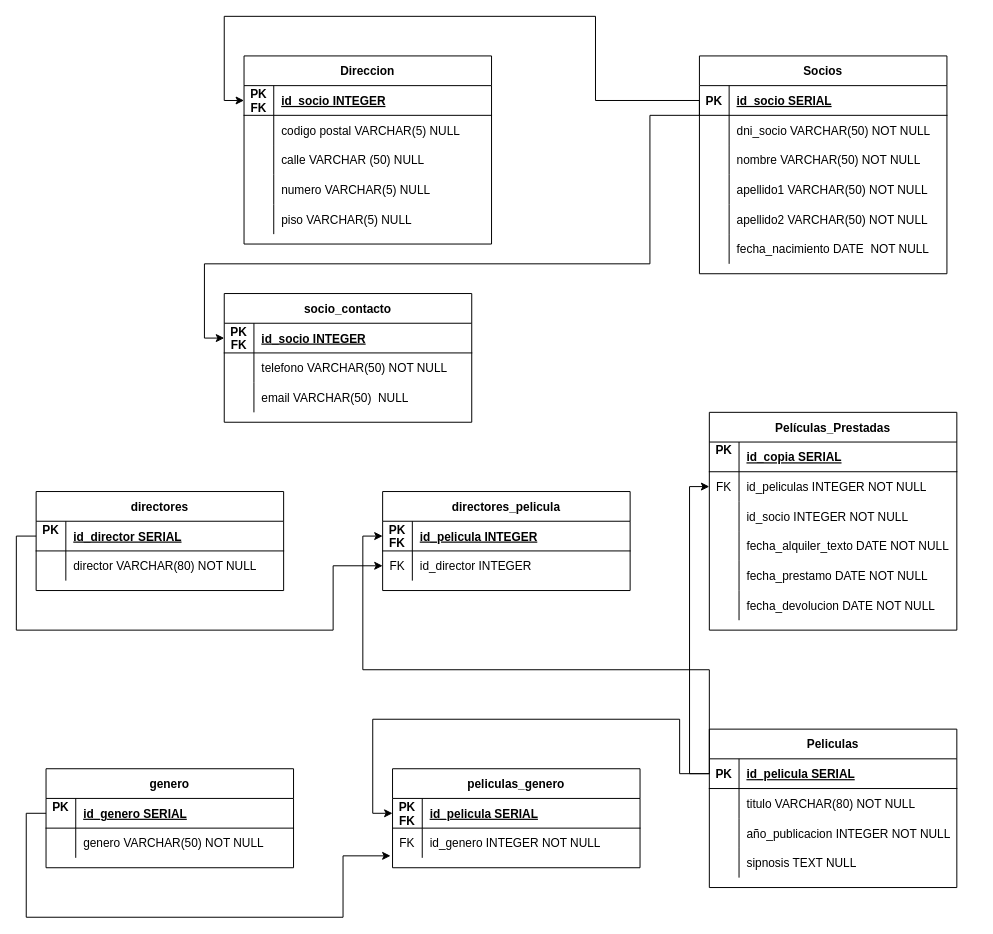
Earlier version of the draw.io diagram videoclub.drawio (Balexo/modelados_datos_sql). Source tidied: cells renumbered, new cells numbered last; positions are measured from the earlier drawing's top-left corner, leaving out a move shared by most shapes. Both pictures are drawn from the tidied source at 99%, with x=0, y=0 at pixel (16, 16).
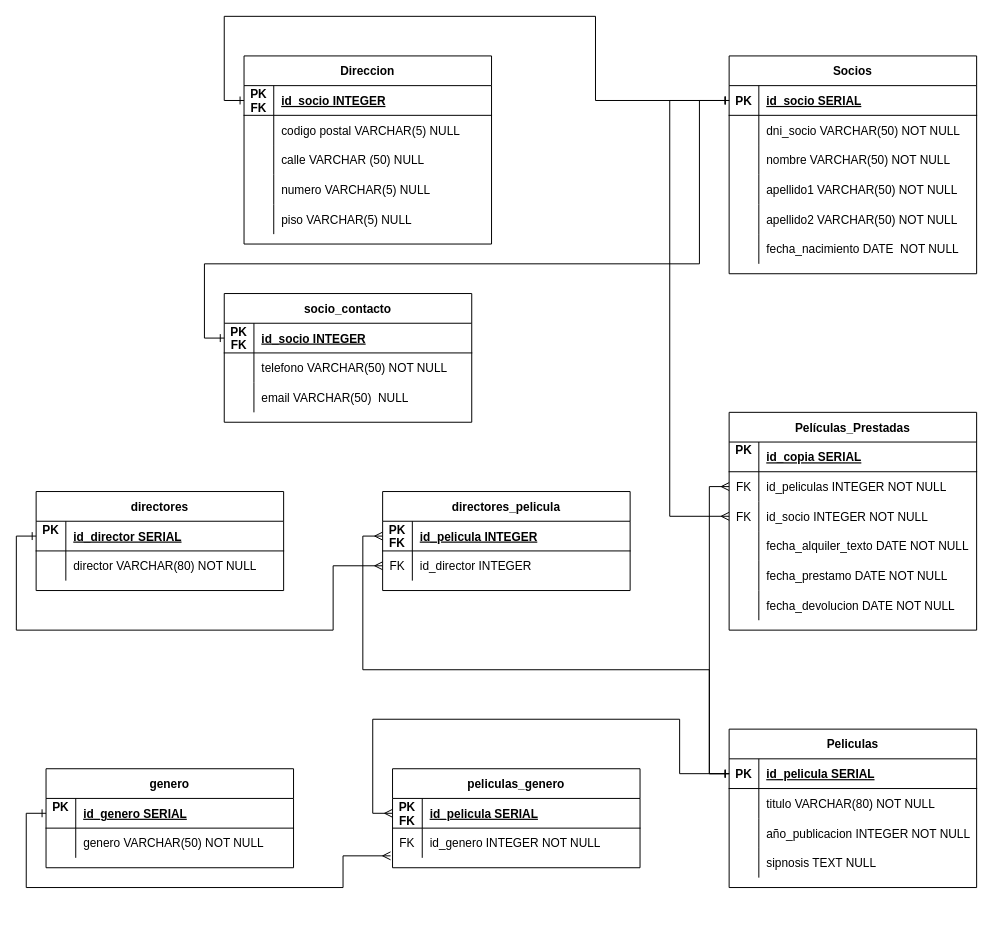
The same diagram, later.

Commit message:
Cambios en fichero videoclub.drawio indicando relación con flechas

Unchanged cells that the change refers to:
```xml
<mxCell id="3" style="shape=partialRectangle;fillColor=none;points=[[0,0.5],[1,0.5]];portConstraint=eastwest;top=0;left=0;right=0;bottom=1;" parent="2" vertex="1">
  <mxGeometry y="30" width="250" height="30" as="geometry" />
</mxCell>
<mxCell id="22" style="shape=partialRectangle;fillColor=none;points=[[0,0.5],[1,0.5]];portConstraint=eastwest;top=0;left=0;right=0;bottom=1;" parent="21" vertex="1">
  <mxGeometry y="30" width="250" height="30" as="geometry" />
</mxCell>
<mxCell id="32" style="shape=partialRectangle;fillColor=none;points=[[0,0.5],[1,0.5]];portConstraint=eastwest;top=0;left=0;right=0;bottom=1;" parent="31" vertex="1">
  <mxGeometry y="30" width="250" height="30" as="geometry" />
</mxCell>
<mxCell id="35" style="shape=partialRectangle;fillColor=none;points=[[0,0.5],[1,0.5]];portConstraint=eastwest;top=0;left=0;right=0;bottom=0;" parent="31" vertex="1">
  <mxGeometry y="60" width="250" height="30" as="geometry" />
</mxCell>
<mxCell id="39" style="shape=partialRectangle;fillColor=none;points=[[0,0.5],[1,0.5]];portConstraint=eastwest;top=0;left=0;right=0;bottom=1;" parent="38" vertex="1">
  <mxGeometry y="30" width="250" height="30" as="geometry" />
</mxCell>
<mxCell id="55" style="shape=partialRectangle;fillColor=none;points=[[0,0.5],[1,0.5]];portConstraint=eastwest;top=0;left=0;right=0;bottom=0;" parent="51" vertex="1">
  <mxGeometry y="60" width="250" height="30" as="geometry" />
</mxCell>
<mxCell id="58" style="shape=partialRectangle;fillColor=none;points=[[0,0.5],[1,0.5]];portConstraint=eastwest;top=0;left=0;right=0;bottom=0;" parent="51" vertex="1">
  <mxGeometry y="90" width="250" height="30" as="geometry" />
</mxCell>
<mxCell id="71" style="shape=partialRectangle;fillColor=none;points=[[0,0.5],[1,0.5]];portConstraint=eastwest;top=0;left=0;right=0;bottom=1;" parent="70" vertex="1">
  <mxGeometry y="30" width="250" height="30" as="geometry" />
</mxCell>
<mxCell id="87" style="shape=partialRectangle;fillColor=none;points=[[0,0.5],[1,0.5]];portConstraint=eastwest;top=0;left=0;right=0;bottom=1;" parent="86" vertex="1">
  <mxGeometry y="30" width="250" height="30" as="geometry" />
</mxCell>
<mxCell id="94" style="shape=partialRectangle;fillColor=none;points=[[0,0.5],[1,0.5]];portConstraint=eastwest;top=0;left=0;right=0;bottom=1;" parent="93" vertex="1">
  <mxGeometry y="30" width="250" height="30" as="geometry" />
</mxCell>
<mxCell id="97" style="shape=partialRectangle;fillColor=none;points=[[0,0.5],[1,0.5]];portConstraint=eastwest;top=0;left=0;right=0;bottom=0;" parent="93" vertex="1">
  <mxGeometry y="60" width="250" height="30" as="geometry" />
</mxCell>
<mxCell id="101" style="shape=partialRectangle;fillColor=none;points=[[0,0.5],[1,0.5]];portConstraint=eastwest;top=0;left=0;right=0;bottom=1;" parent="100" vertex="1">
  <mxGeometry y="30" width="250" height="30" as="geometry" />
</mxCell>
```

Change to the diagram source:
```diff
@@
     <mxCell id="2" value="Socios" style="shape=table;startSize=30;childLayout=tableLayout;rowLines=0;fontStyle=1;align=center;" parent="1" vertex="1">
-      <mxGeometry x="690" y="40" width="250" height="220" as="geometry" />
+      <mxGeometry x="720" y="40" width="250" height="220" as="geometry" />
     </mxCell>
@@
     <mxCell id="38" value="Peliculas" style="shape=table;startSize=30;childLayout=tableLayout;rowLines=0;fontStyle=1;align=center;" parent="1" vertex="1">
-      <mxGeometry x="700" y="720" width="250" height="160" as="geometry" />
+      <mxGeometry x="720" y="720" width="250" height="160" as="geometry" />
     </mxCell>
@@
     <mxCell id="51" value="Películas_Prestadas" style="shape=table;startSize=30;childLayout=tableLayout;rowLines=0;fontStyle=1;align=center;" parent="1" vertex="1">
-      <mxGeometry x="700" y="400" width="250" height="220" as="geometry" />
+      <mxGeometry x="720" y="400" width="250" height="220" as="geometry" />
     </mxCell>
@@
-    <mxCell id="59" style="shape=partialRectangle;overflow=hidden;fillColor=none;top=0;left=0;bottom=0;right=0;" parent="58" vertex="1">
+    <mxCell id="59" value="FK" style="shape=partialRectangle;overflow=hidden;fillColor=none;top=0;left=0;bottom=0;right=0;" parent="58" vertex="1">
       <mxGeometry width="30" height="30" as="geometry" />
     </mxCell>
@@
-    <mxCell id="107" style="edgeStyle=orthogonalEdgeStyle;rounded=0;jettySize=auto;html=1;exitX=0;exitY=0.5;exitDx=0;exitDy=0;entryX=0;entryY=0.5;entryDx=0;entryDy=0;" parent="1" edge="1" source="3" target="22">
+    <mxCell id="107" style="edgeStyle=orthogonalEdgeStyle;rounded=0;jettySize=auto;html=1;exitX=0;exitY=0.5;exitDx=0;exitDy=0;entryX=0;entryY=0.5;entryDx=0;entryDy=0;endArrow=ERone;endFill=0;startArrow=ERone;startFill=0;" parent="1" edge="1" source="3" target="22">
       <mxGeometry relative="1" as="geometry">
         <Array as="points">
-          <mxPoint x="690" y="100" />
-          <mxPoint x="640" y="100" />
-          <mxPoint x="640" y="250" />
+          <mxPoint x="690" y="85" />
+          <mxPoint x="690" y="250" />
           <mxPoint x="190" y="250" />
           <mxPoint x="190" y="325" />
         </Array>
       </mxGeometry>
     </mxCell>
-    <mxCell id="108" style="edgeStyle=orthogonalEdgeStyle;rounded=0;jettySize=auto;html=1;exitX=0;exitY=0.5;exitDx=0;exitDy=0;entryX=0;entryY=0.5;entryDx=0;entryDy=0;" parent="1" edge="1" source="3" target="71">
+    <mxCell id="108" style="edgeStyle=orthogonalEdgeStyle;rounded=0;jettySize=auto;html=1;exitX=0;exitY=0.5;exitDx=0;exitDy=0;entryX=0;entryY=0.5;entryDx=0;entryDy=0;endArrow=ERone;endFill=0;startArrow=ERone;startFill=0;" parent="1" edge="1" source="3" target="71">
       <mxGeometry relative="1" as="geometry">
         <Array as="points">
           <mxPoint x="585" y="85" />
           <mxPoint x="585" />
           <mxPoint x="210" />
           <mxPoint x="210" y="85" />
         </Array>
       </mxGeometry>
     </mxCell>
-    <mxCell id="109" style="edgeStyle=orthogonalEdgeStyle;rounded=0;jettySize=auto;html=1;exitX=0;exitY=0.5;exitDx=0;exitDy=0;entryX=0;entryY=0.5;entryDx=0;entryDy=0;" parent="1" edge="1" source="39" target="32">
+    <mxCell id="109" style="edgeStyle=orthogonalEdgeStyle;rounded=0;jettySize=auto;html=1;exitX=0;exitY=0.5;exitDx=0;exitDy=0;entryX=0;entryY=0.5;entryDx=0;entryDy=0;endArrow=ERmany;endFill=0;startArrow=ERone;startFill=0;" parent="1" edge="1" source="39" target="32">
       <mxGeometry relative="1" as="geometry">
         <Array as="points">
           <mxPoint x="670" y="765" />
           <mxPoint x="670" y="710" />
           <mxPoint x="360" y="710" />
           <mxPoint x="360" y="805" />
         </Array>
       </mxGeometry>
     </mxCell>
-    <mxCell id="110" style="edgeStyle=orthogonalEdgeStyle;rounded=0;jettySize=auto;html=1;exitX=0;exitY=0.5;exitDx=0;exitDy=0;entryX=-0.008;entryY=0.933;entryDx=0;entryDy=0;entryPerimeter=0;" parent="1" edge="1" source="87" target="35">
+    <mxCell id="110" style="edgeStyle=orthogonalEdgeStyle;rounded=0;jettySize=auto;html=1;exitX=0;exitY=0.5;exitDx=0;exitDy=0;entryX=-0.008;entryY=0.933;entryDx=0;entryDy=0;entryPerimeter=0;endArrow=ERmany;endFill=0;startArrow=ERone;startFill=0;" parent="1" edge="1" source="87" target="35">
       <mxGeometry relative="1" as="geometry">
         <Array as="points">
           <mxPoint x="10" y="805" />
-          <mxPoint x="10" y="910" />
-          <mxPoint x="330" y="910" />
+          <mxPoint x="10" y="880" />
+          <mxPoint x="330" y="880" />
           <mxPoint x="330" y="848" />
         </Array>
       </mxGeometry>
     </mxCell>
-    <mxCell id="111" style="edgeStyle=orthogonalEdgeStyle;rounded=0;jettySize=auto;html=1;exitX=0;exitY=0.5;exitDx=0;exitDy=0;entryX=0;entryY=0.5;entryDx=0;entryDy=0;" parent="1" edge="1" source="39" target="94">
+    <mxCell id="111" style="edgeStyle=orthogonalEdgeStyle;rounded=0;jettySize=auto;html=1;exitX=0;exitY=0.5;exitDx=0;exitDy=0;entryX=0;entryY=0.5;entryDx=0;entryDy=0;endArrow=ERmany;endFill=0;startArrow=ERone;startFill=0;" parent="1" edge="1" source="39" target="94">
       <mxGeometry relative="1" as="geometry">
         <Array as="points">
           <mxPoint x="700" y="660" />
           <mxPoint x="350" y="660" />
           <mxPoint x="350" y="525" />
         </Array>
       </mxGeometry>
     </mxCell>
-    <mxCell id="112" style="edgeStyle=orthogonalEdgeStyle;rounded=0;jettySize=auto;html=1;exitX=0;exitY=0.5;exitDx=0;exitDy=0;entryX=0;entryY=0.5;entryDx=0;entryDy=0;" parent="1" edge="1" source="101" target="97">
+    <mxCell id="112" style="edgeStyle=orthogonalEdgeStyle;rounded=0;jettySize=auto;html=1;exitX=0;exitY=0.5;exitDx=0;exitDy=0;entryX=0;entryY=0.5;entryDx=0;entryDy=0;endArrow=ERmany;endFill=0;startArrow=ERone;startFill=0;" parent="1" edge="1" source="101" target="97">
       <mxGeometry relative="1" as="geometry">
         <Array as="points">
           <mxPoint y="525" />
           <mxPoint y="620" />
           <mxPoint x="320" y="620" />
           <mxPoint x="320" y="555" />
         </Array>
       </mxGeometry>
     </mxCell>
-    <mxCell id="113" style="edgeStyle=orthogonalEdgeStyle;rounded=0;jettySize=auto;html=1;exitX=0;exitY=0.5;exitDx=0;exitDy=0;entryX=0;entryY=0.5;entryDx=0;entryDy=0;" parent="1" edge="1" source="39" target="55">
+    <mxCell id="113" style="edgeStyle=orthogonalEdgeStyle;rounded=0;jettySize=auto;html=1;exitX=0;exitY=0.5;exitDx=0;exitDy=0;entryX=0;entryY=0.5;entryDx=0;entryDy=0;endArrow=ERmany;endFill=0;startArrow=ERone;startFill=0;" parent="1" edge="1" source="39" target="55">
       <mxGeometry relative="1" as="geometry" />
     </mxCell>
+    <mxCell id="114" style="edgeStyle=orthogonalEdgeStyle;rounded=0;jettySize=auto;html=1;exitX=0;exitY=0.5;exitDx=0;exitDy=0;endArrow=ERmany;endFill=0;startArrow=ERone;startFill=0;" parent="1" edge="1" source="3" target="58">
+      <mxGeometry relative="1" as="geometry">
+        <Array as="points">
+          <mxPoint x="660" y="85" />
+          <mxPoint x="660" y="505" />
+        </Array>
+      </mxGeometry>
+    </mxCell>
```
